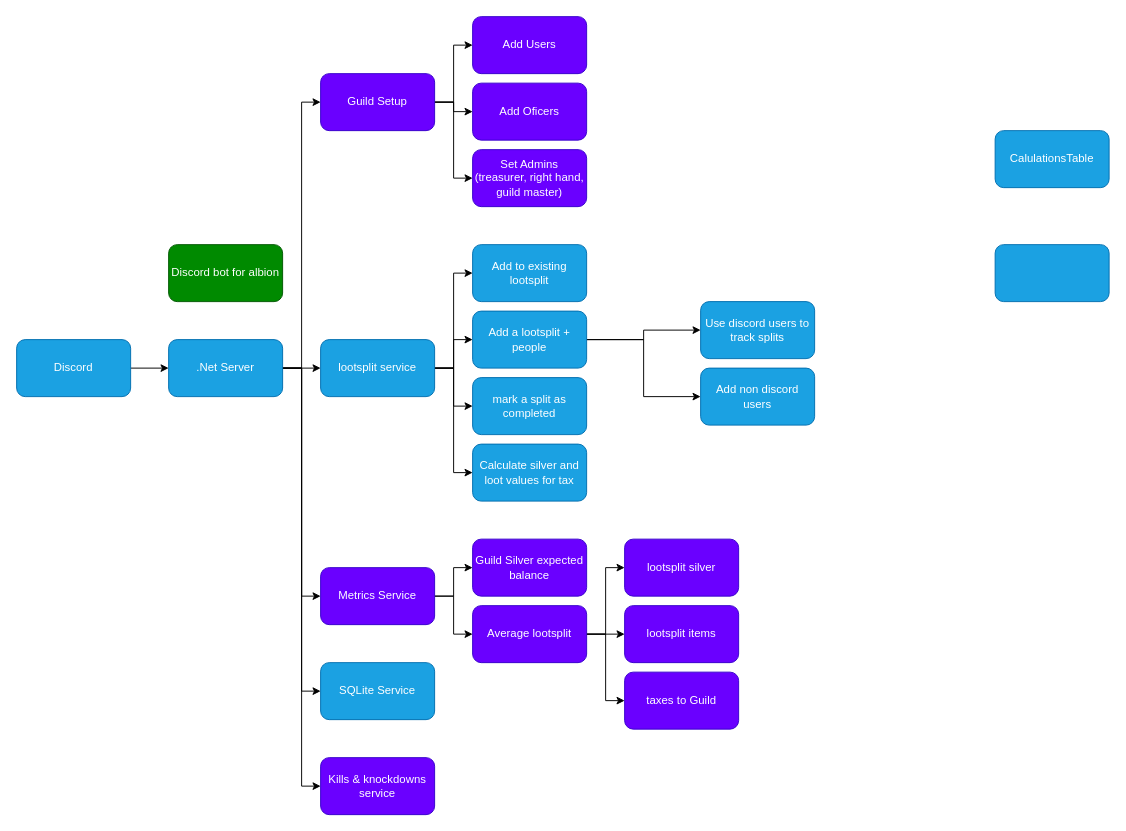
Skyfall1235/AlbionLootBot keeps this draw.io diagram as Services org.drawio. Above is the earlier version. Source tidied: cells renumbered, new cells numbered last; positions are measured from the earlier drawing's top-left corner, leaving out a move shared by most shapes. Both pictures are drawn from the tidied source at 95%, with x=0, y=0 at pixel (16, 16).
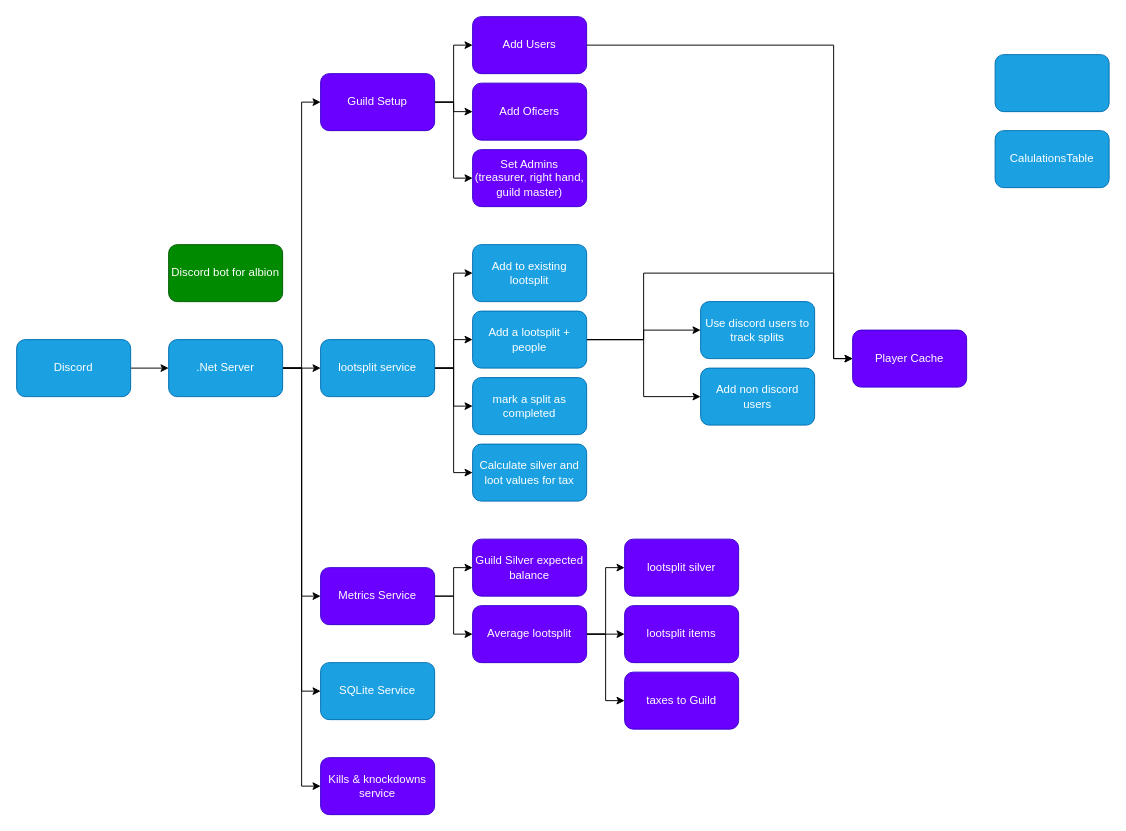
The same diagram, later.

Commit message (it also covers changes not shown here):
LOOTSPLIT SERVICE BASICS COMPLETED

Unchanged cells that the change refers to:
```xml
<mxCell id="24" value="Add a lootsplit + people" style="rounded=1;whiteSpace=wrap;html=1;fillColor=#1ba1e2;fontColor=#ffffff;strokeColor=#006EAF;" parent="1" vertex="1">
  <mxGeometry x="480" y="310" width="120" height="60" as="geometry" />
</mxCell>
<mxCell id="37" value="Add Users" style="rounded=1;whiteSpace=wrap;html=1;fillColor=#6a00ff;fontColor=#ffffff;strokeColor=#3700CC;" parent="1" vertex="1">
  <mxGeometry x="480" width="120" height="60" as="geometry" />
</mxCell>
```

Diff of the diagram source:
```diff
@@
+    <mxCell id="46" style="edgeStyle=orthogonalEdgeStyle;rounded=0;jettySize=auto;html=1;entryX=0;entryY=0.5;entryDx=0;entryDy=0;" parent="1" edge="1" source="24" target="48">
+      <mxGeometry relative="1" as="geometry">
+        <Array as="points">
+          <mxPoint x="660" y="340" />
+          <mxPoint x="660" y="270" />
+          <mxPoint x="860" y="270" />
+          <mxPoint x="860" y="360" />
+        </Array>
+      </mxGeometry>
+    </mxCell>
@@
+    <mxCell id="47" style="edgeStyle=orthogonalEdgeStyle;rounded=0;jettySize=auto;html=1;entryX=0;entryY=0.5;entryDx=0;entryDy=0;" parent="1" edge="1" source="37" target="48">
+      <mxGeometry relative="1" as="geometry">
+        <Array as="points">
+          <mxPoint x="860" y="30" />
+          <mxPoint x="860" y="360" />
+        </Array>
+      </mxGeometry>
+    </mxCell>
@@
     <mxCell id="45" style="rounded=1;whiteSpace=wrap;html=1;fillColor=#1ba1e2;fontColor=#ffffff;strokeColor=#006EAF;" parent="1" vertex="1">
-      <mxGeometry x="1030" y="240" width="120" height="60" as="geometry" />
+      <mxGeometry x="1030" y="40" width="120" height="60" as="geometry" />
     </mxCell>
+    <mxCell id="48" value="Player Cache" style="rounded=1;whiteSpace=wrap;html=1;fillColor=#6a00ff;fontColor=#ffffff;strokeColor=#3700CC;" parent="1" vertex="1">
+      <mxGeometry x="880" y="330" width="120" height="60" as="geometry" />
+    </mxCell>
```
